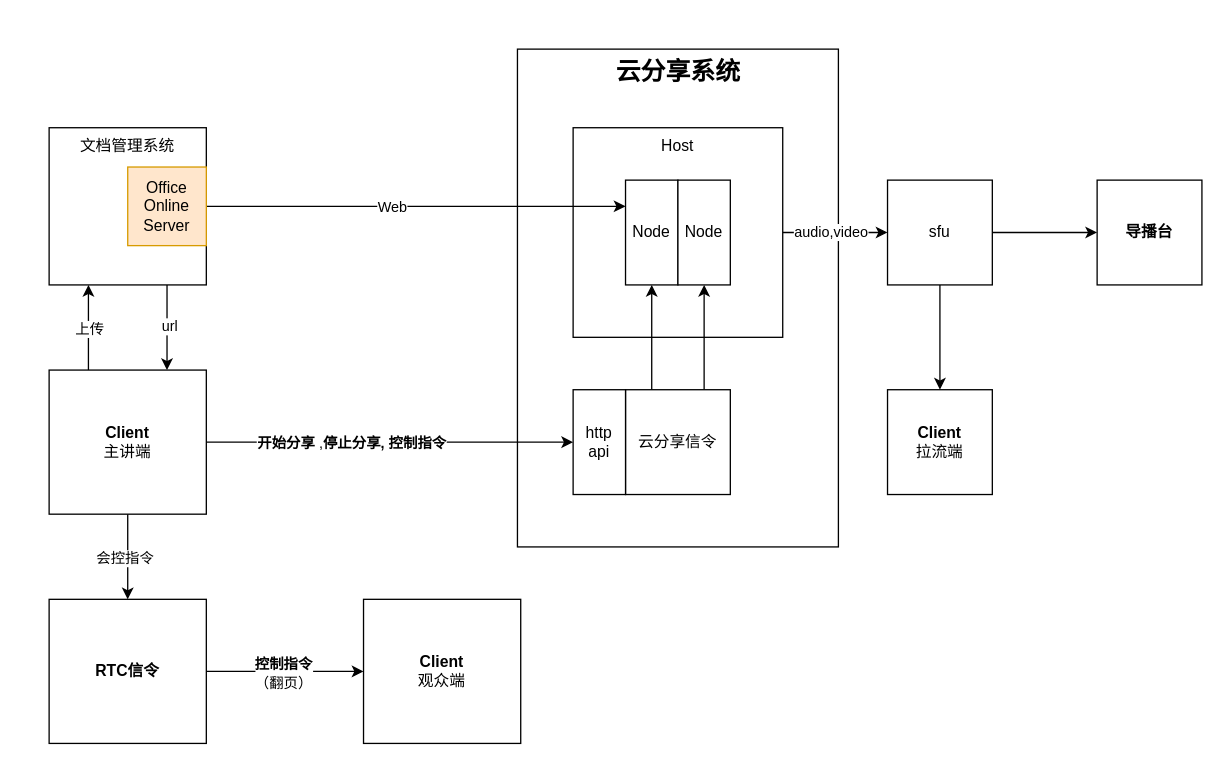
Above: page "Page-6" (6 of 9) of Diagram3.drawio in craterone/imgs (draw.io), before the change. Source tidied: cells renumbered, new cells numbered last; positions are measured from the earlier drawing's top-left corner, leaving out a move shared by most shapes. Both pictures are drawn from the tidied source at 131%, with x=0, y=0 at pixel (48, 48).
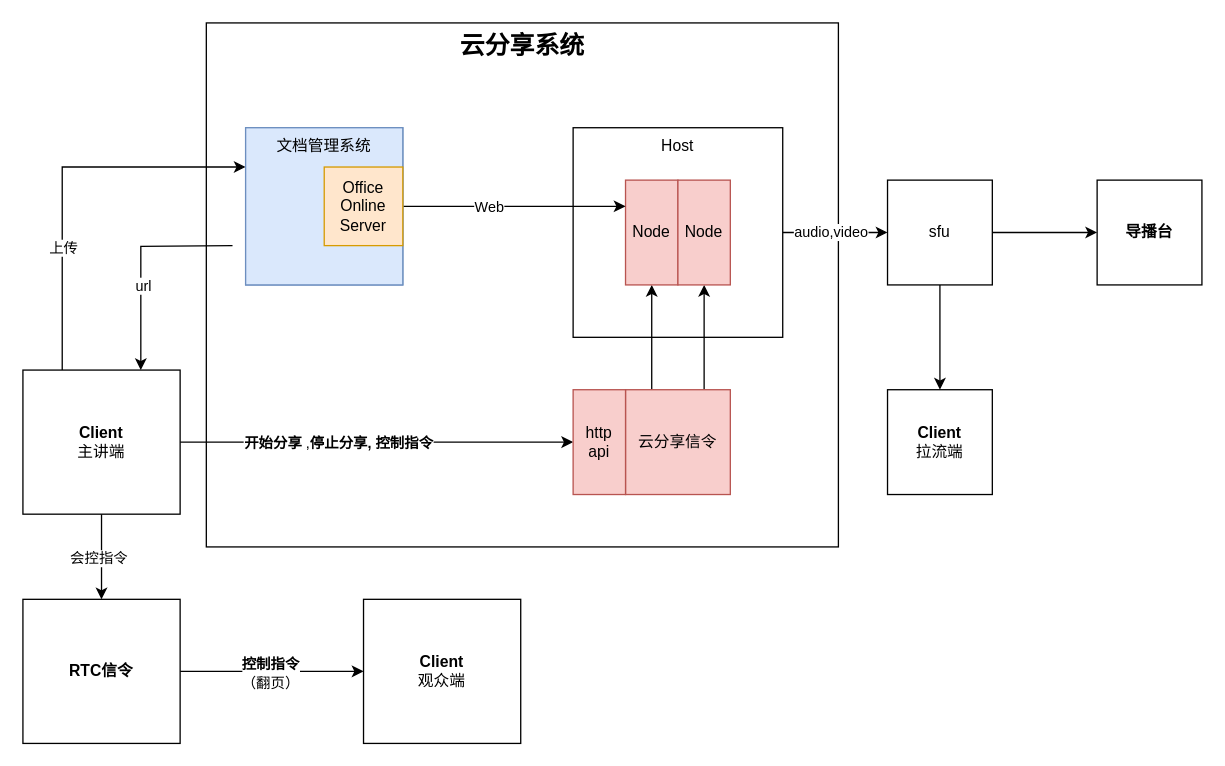
Above is the later version.

What changed in the source:
```diff
@@
     <mxCell id="2" value="&lt;span style=&quot;font-size: 19px;&quot;&gt;&lt;b&gt;云分享系统&lt;/b&gt;&lt;/span&gt;" style="rounded=0;whiteSpace=wrap;html=1;verticalAlign=top;" parent="1" vertex="1">
-      <mxGeometry x="357.5" width="245" height="380" as="geometry" />
+      <mxGeometry x="120" y="-20" width="482.5" height="400" as="geometry" />
     </mxCell>
@@
-    <mxCell id="7" style="edgeStyle=orthogonalEdgeStyle;rounded=0;jettySize=auto;html=1;exitX=0.25;exitY=0;exitDx=0;exitDy=0;entryX=0.25;entryY=1;entryDx=0;entryDy=0;" parent="1" edge="1" source="11" target="29">
+    <mxCell id="7" style="edgeStyle=orthogonalEdgeStyle;rounded=0;jettySize=auto;html=1;exitX=0.25;exitY=0;exitDx=0;exitDy=0;entryX=0;entryY=0.25;entryDx=0;entryDy=0;" parent="1" edge="1" source="11" target="29">
       <mxGeometry relative="1" as="geometry" />
     </mxCell>
     <mxCell id="8" value="上传" style="edgeLabel;html=1;align=center;verticalAlign=middle;" parent="7" vertex="1">
       <mxGeometry x="-0.03" y="1" relative="1" as="geometry">
-        <mxPoint x="1" as="offset" />
+        <mxPoint x="1" y="49" as="offset" />
       </mxGeometry>
     </mxCell>
@@
     <mxCell id="11" value="&lt;b&gt;Client&lt;/b&gt;&lt;br&gt;主讲端" style="rounded=0;whiteSpace=wrap;html=1;" parent="1" vertex="1">
-      <mxGeometry y="245" width="120" height="110" as="geometry" />
+      <mxGeometry x="-20" y="245" width="120" height="110" as="geometry" />
     </mxCell>
@@
-    <mxCell id="18" value="Node" style="rounded=0;whiteSpace=wrap;html=1;" parent="1" vertex="1">
+    <mxCell id="18" value="Node" style="rounded=0;whiteSpace=wrap;html=1;fillColor=#f8cecc;strokeColor=#b85450;" parent="1" vertex="1">
       <mxGeometry x="440" y="100" width="40" height="80" as="geometry" />
     </mxCell>
@@
-    <mxCell id="20" value="云分享信令" style="rounded=0;whiteSpace=wrap;html=1;" parent="1" vertex="1">
+    <mxCell id="20" value="云分享信令" style="rounded=0;whiteSpace=wrap;html=1;fillColor=#f8cecc;strokeColor=#b85450;" parent="1" vertex="1">
       <mxGeometry x="440" y="260" width="80" height="80" as="geometry" />
     </mxCell>
-    <mxCell id="21" value="Node" style="rounded=0;whiteSpace=wrap;html=1;" parent="1" vertex="1">
+    <mxCell id="21" value="Node" style="rounded=0;whiteSpace=wrap;html=1;fillColor=#f8cecc;strokeColor=#b85450;" parent="1" vertex="1">
       <mxGeometry x="480" y="100" width="40" height="80" as="geometry" />
     </mxCell>
-    <mxCell id="22" value="http&lt;br&gt;api" style="rounded=0;whiteSpace=wrap;html=1;" parent="1" vertex="1">
+    <mxCell id="22" value="http&lt;br&gt;api" style="rounded=0;whiteSpace=wrap;html=1;fillColor=#f8cecc;strokeColor=#b85450;" parent="1" vertex="1">
       <mxGeometry x="400" y="260" width="40" height="80" as="geometry" />
     </mxCell>
@@
-    <mxCell id="26" style="edgeStyle=orthogonalEdgeStyle;rounded=0;jettySize=auto;html=1;exitX=0.75;exitY=1;exitDx=0;exitDy=0;entryX=0.75;entryY=0;entryDx=0;entryDy=0;" parent="1" edge="1" source="29" target="11">
-      <mxGeometry relative="1" as="geometry" />
+    <mxCell id="26" style="edgeStyle=orthogonalEdgeStyle;rounded=0;jettySize=auto;html=1;entryX=0.75;entryY=0;entryDx=0;entryDy=0;" parent="1" edge="1" target="11">
+      <mxGeometry relative="1" as="geometry">
+        <mxPoint x="140" y="150" as="sourcePoint" />
+      </mxGeometry>
     </mxCell>
     <mxCell id="27" value="url" style="edgeLabel;html=1;align=center;verticalAlign=middle;" parent="26" vertex="1">
-      <mxGeometry x="-0.05" y="1" relative="1" as="geometry" />
+      <mxGeometry x="-0.05" y="1" relative="1" as="geometry">
+        <mxPoint y="22" as="offset" />
+      </mxGeometry>
     </mxCell>
-    <mxCell id="28" style="group;" parent="1" vertex="1">
-      <mxGeometry y="60" width="120" height="120" as="geometry" />
+    <mxCell id="28" style="group;fillColor=#dae8fc;strokeColor=#6c8ebf;" parent="1" vertex="1">
+      <mxGeometry x="150" y="60" width="120" height="120" as="geometry" />
     </mxCell>
-    <mxCell id="29" value="&lt;span style=&quot;&quot;&gt;文档管理系统&lt;/span&gt;" style="rounded=0;whiteSpace=wrap;html=1;verticalAlign=top;" parent="28" vertex="1">
+    <mxCell id="29" value="&lt;span style=&quot;&quot;&gt;文档管理系统&lt;/span&gt;" style="rounded=0;whiteSpace=wrap;html=1;verticalAlign=top;fillColor=#dae8fc;strokeColor=#6c8ebf;" parent="28" vertex="1">
       <mxGeometry width="120" height="120" as="geometry" />
     </mxCell>
@@
     <mxCell id="34" value="&lt;b&gt;RTC信令&lt;/b&gt;" style="rounded=0;whiteSpace=wrap;html=1;" parent="1" vertex="1">
-      <mxGeometry y="420" width="120" height="110" as="geometry" />
+      <mxGeometry x="-20" y="420" width="120" height="110" as="geometry" />
     </mxCell>
```
